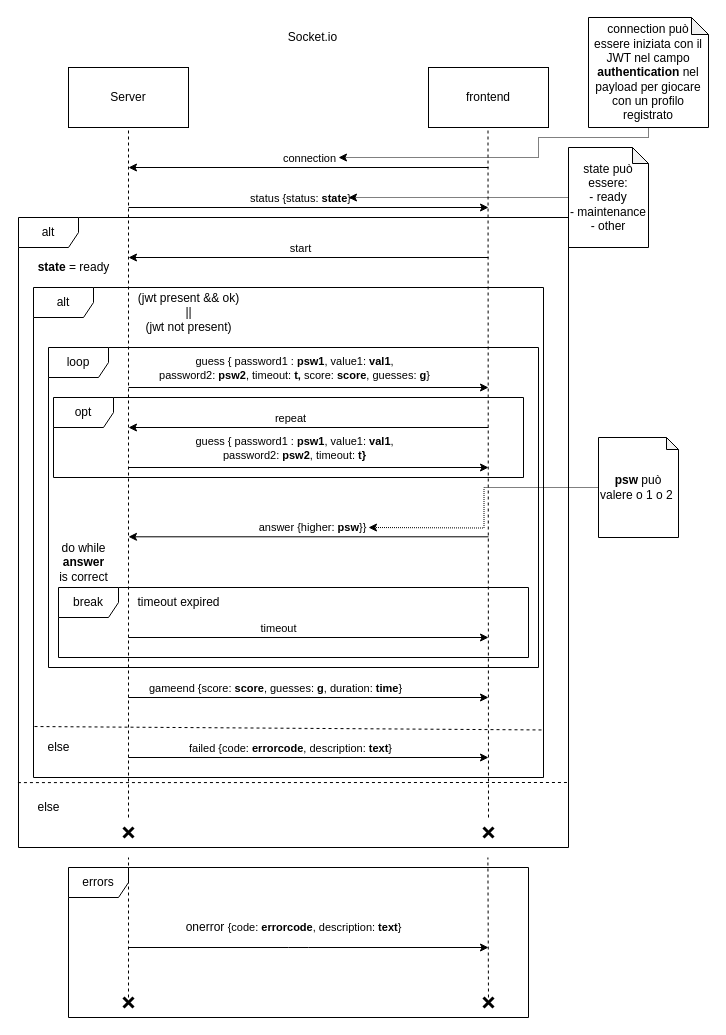
Earlier version of the draw.io diagram docs/socket.drawio (ldeluigi/higher-lower-pwned). Source tidied: cells renumbered, new cells numbered last; positions are measured from the earlier drawing's top-left corner, leaving out a move shared by most shapes. Both pictures are drawn from the tidied source at 100%, with x=0, y=0 at pixel (18, 17).
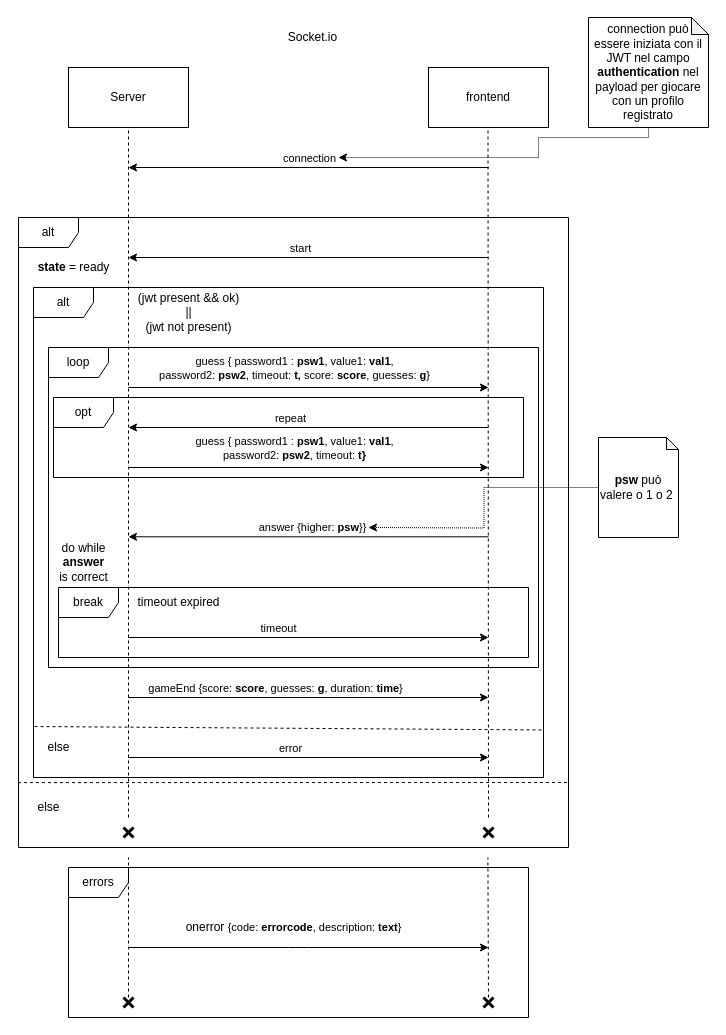
The same diagram, later.

Commit message (it also covers changes not shown here):
add socket.io code (mocked by model) and update documentation according

Unchanged cells that the change refers to:
```xml
<mxCell id="37" style="endArrow=classic;html=1;" parent="1" edge="1">
  <mxGeometry relative="1" as="geometry">
    <mxPoint x="110" y="680" as="sourcePoint" />
    <mxPoint x="470" y="680" as="targetPoint" />
  </mxGeometry>
</mxCell>
<mxCell id="44" style="endArrow=classic;html=1;" parent="1" edge="1">
  <mxGeometry relative="1" as="geometry">
    <mxPoint x="110" y="740" as="sourcePoint" />
    <mxPoint x="470" y="740" as="targetPoint" />
  </mxGeometry>
</mxCell>
```

Diff of the diagram source:
```diff
@@
-    <mxCell id="16" style="endArrow=classic;html=1;" parent="1" edge="1">
-      <mxGeometry relative="1" as="geometry">
-        <mxPoint x="110" y="190" as="sourcePoint" />
-        <mxPoint x="470" y="190" as="targetPoint" />
-      </mxGeometry>
-    </mxCell>
-    <mxCell id="17" value="status {status: &lt;b&gt;state&lt;/b&gt;}" style="edgeLabel;html=1;align=center;verticalAlign=middle;" parent="16" vertex="1">
-      <mxGeometry x="-0.33" y="-1" relative="1" as="geometry">
-        <mxPoint x="50" y="-11" as="offset" />
-      </mxGeometry>
-    </mxCell>
-    <mxCell id="18" style="edgeStyle=orthogonalEdgeStyle;rounded=0;jettySize=auto;html=1;dashed=1;dashPattern=1 1;" parent="1" edge="1" source="19">
-      <mxGeometry relative="1" as="geometry">
-        <mxPoint x="330" y="180" as="targetPoint" />
-      </mxGeometry>
-    </mxCell>
-    <mxCell id="19" value="state può essere:&lt;br&gt;- ready&lt;br&gt;- maintenance&lt;br&gt;- other" style="shape=note;whiteSpace=wrap;html=1;backgroundOutline=1;darkOpacity=0.05;size=16;" parent="1" vertex="1">
-      <mxGeometry x="550" y="130" width="80" height="100" as="geometry" />
-    </mxCell>
@@
-    <mxCell id="38" value="gameend {score:&amp;nbsp;&lt;b&gt;score&lt;/b&gt;, guesses:&amp;nbsp;&lt;b&gt;g&lt;/b&gt;, duration: &lt;b&gt;time&lt;/b&gt;}" style="edgeLabel;html=1;align=center;verticalAlign=middle;" parent="37" vertex="1">
+    <mxCell id="38" value="gameEnd {score:&amp;nbsp;&lt;b&gt;score&lt;/b&gt;, guesses:&amp;nbsp;&lt;b&gt;g&lt;/b&gt;, duration: &lt;b&gt;time&lt;/b&gt;}" style="edgeLabel;html=1;align=center;verticalAlign=middle;" parent="37" vertex="1">
       <mxGeometry x="-0.19" relative="1" as="geometry">
         <mxPoint y="-10" as="offset" />
       </mxGeometry>
     </mxCell>
@@
-    <mxCell id="45" value="failed {code: &lt;b&gt;errorcode&lt;/b&gt;, description: &lt;b&gt;text&lt;/b&gt;}" style="edgeLabel;html=1;align=center;verticalAlign=middle;" parent="44" vertex="1">
+    <mxCell id="45" value="error" style="edgeLabel;html=1;align=center;verticalAlign=middle;" parent="44" vertex="1">
       <mxGeometry x="-0.56" y="-2" relative="1" as="geometry">
         <mxPoint x="82.9" y="-12" as="offset" />
       </mxGeometry>
     </mxCell>
```
